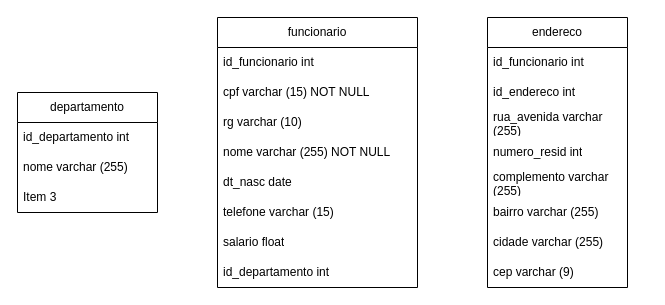
This is normalizacao.drawio from adrianopspadilha/BDR-W, a draw.io file, before an edit. Source tidied: cells renumbered, new cells numbered last; positions are measured from the earlier drawing's top-left corner, leaving out a move shared by most shapes. Both pictures are drawn from the tidied source at 100%, with x=0, y=0 at pixel (17, 17).
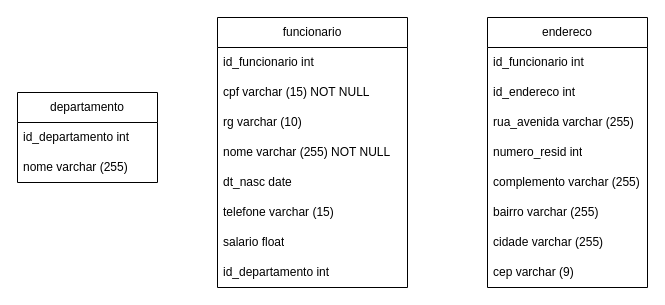
Above is the later version.

Change to the diagram source:
```diff
@@
     <mxCell id="2" value="departamento" style="swimlane;fontStyle=0;horizontal=1;startSize=30;whiteSpace=wrap;html=1;" parent="1" vertex="1">
-      <mxGeometry y="75" width="140" height="120" as="geometry" />
+      <mxGeometry y="75" width="140" height="90" as="geometry" />
     </mxCell>
@@
-    <mxCell id="5" value="Item 3" style="text;strokeColor=none;fillColor=none;align=left;verticalAlign=middle;spacingLeft=4;spacingRight=4;overflow=hidden;whiteSpace=wrap;html=1;" parent="2" vertex="1">
-      <mxGeometry y="90" width="140" height="30" as="geometry" />
-    </mxCell>
     <mxCell id="6" value="funcionario" style="swimlane;fontStyle=0;horizontal=1;startSize=30;whiteSpace=wrap;html=1;" parent="1" vertex="1">
-      <mxGeometry x="200" width="200" height="270" as="geometry" />
+      <mxGeometry x="200" width="190" height="270" as="geometry" />
     </mxCell>
     <mxCell id="7" value="id_funcionario int&amp;nbsp;" style="text;strokeColor=none;fillColor=none;align=left;verticalAlign=middle;spacingLeft=4;spacingRight=4;overflow=hidden;whiteSpace=wrap;html=1;" parent="6" vertex="1">
-      <mxGeometry y="30" width="200" height="30" as="geometry" />
+      <mxGeometry y="30" width="190" height="30" as="geometry" />
     </mxCell>
     <mxCell id="8" value="cpf varchar (15) NOT NULL" style="text;strokeColor=none;fillColor=none;align=left;verticalAlign=middle;spacingLeft=4;spacingRight=4;overflow=hidden;whiteSpace=wrap;html=1;" parent="6" vertex="1">
-      <mxGeometry y="60" width="200" height="30" as="geometry" />
+      <mxGeometry y="60" width="190" height="30" as="geometry" />
     </mxCell>
     <mxCell id="9" value="rg varchar (10)" style="text;strokeColor=none;fillColor=none;align=left;verticalAlign=middle;spacingLeft=4;spacingRight=4;overflow=hidden;whiteSpace=wrap;html=1;" parent="6" vertex="1">
-      <mxGeometry y="90" width="200" height="30" as="geometry" />
+      <mxGeometry y="90" width="190" height="30" as="geometry" />
     </mxCell>
     <mxCell id="10" value="nome varchar (255) NOT NULL" style="text;strokeColor=none;fillColor=none;align=left;verticalAlign=middle;spacingLeft=4;spacingRight=4;overflow=hidden;whiteSpace=wrap;html=1;" parent="6" vertex="1">
-      <mxGeometry y="120" width="200" height="30" as="geometry" />
+      <mxGeometry y="120" width="190" height="30" as="geometry" />
     </mxCell>
     <mxCell id="11" value="dt_nasc date" style="text;strokeColor=none;fillColor=none;align=left;verticalAlign=middle;spacingLeft=4;spacingRight=4;overflow=hidden;whiteSpace=wrap;html=1;" parent="6" vertex="1">
-      <mxGeometry y="150" width="200" height="30" as="geometry" />
+      <mxGeometry y="150" width="190" height="30" as="geometry" />
     </mxCell>
     <mxCell id="12" value="telefone varchar (15)" style="text;strokeColor=none;fillColor=none;align=left;verticalAlign=middle;spacingLeft=4;spacingRight=4;overflow=hidden;whiteSpace=wrap;html=1;" parent="6" vertex="1">
-      <mxGeometry y="180" width="200" height="30" as="geometry" />
+      <mxGeometry y="180" width="190" height="30" as="geometry" />
     </mxCell>
     <mxCell id="13" value="salario float" style="text;strokeColor=none;fillColor=none;align=left;verticalAlign=middle;spacingLeft=4;spacingRight=4;overflow=hidden;whiteSpace=wrap;html=1;" parent="6" vertex="1">
-      <mxGeometry y="210" width="200" height="30" as="geometry" />
+      <mxGeometry y="210" width="190" height="30" as="geometry" />
     </mxCell>
     <mxCell id="14" value="id_departamento int&amp;nbsp;" style="text;strokeColor=none;fillColor=none;align=left;verticalAlign=middle;spacingLeft=4;spacingRight=4;overflow=hidden;whiteSpace=wrap;html=1;" parent="6" vertex="1">
-      <mxGeometry y="240" width="200" height="30" as="geometry" />
+      <mxGeometry y="240" width="190" height="30" as="geometry" />
     </mxCell>
     <mxCell id="15" value="endereco" style="swimlane;fontStyle=0;horizontal=1;startSize=30;whiteSpace=wrap;html=1;" parent="1" vertex="1">
-      <mxGeometry x="470" width="140" height="270" as="geometry" />
+      <mxGeometry x="470" width="160" height="270" as="geometry" />
     </mxCell>
     <mxCell id="16" value="id_funcionario int" style="text;strokeColor=none;fillColor=none;align=left;verticalAlign=middle;spacingLeft=4;spacingRight=4;overflow=hidden;whiteSpace=wrap;html=1;" parent="15" vertex="1">
-      <mxGeometry y="30" width="140" height="30" as="geometry" />
+      <mxGeometry y="30" width="160" height="30" as="geometry" />
     </mxCell>
     <mxCell id="17" value="id_endereco int" style="text;strokeColor=none;fillColor=none;align=left;verticalAlign=middle;spacingLeft=4;spacingRight=4;overflow=hidden;whiteSpace=wrap;html=1;" parent="15" vertex="1">
-      <mxGeometry y="60" width="140" height="30" as="geometry" />
+      <mxGeometry y="60" width="160" height="30" as="geometry" />
     </mxCell>
     <mxCell id="18" value="rua_avenida varchar (255)" style="text;strokeColor=none;fillColor=none;align=left;verticalAlign=middle;spacingLeft=4;spacingRight=4;overflow=hidden;whiteSpace=wrap;html=1;" parent="15" vertex="1">
-      <mxGeometry y="90" width="140" height="30" as="geometry" />
+      <mxGeometry y="90" width="160" height="30" as="geometry" />
     </mxCell>
     <mxCell id="19" value="numero_resid int" style="text;strokeColor=none;fillColor=none;align=left;verticalAlign=middle;spacingLeft=4;spacingRight=4;overflow=hidden;whiteSpace=wrap;html=1;" parent="15" vertex="1">
-      <mxGeometry y="120" width="140" height="30" as="geometry" />
+      <mxGeometry y="120" width="160" height="30" as="geometry" />
     </mxCell>
     <mxCell id="20" value="complemento varchar (255)" style="text;strokeColor=none;fillColor=none;align=left;verticalAlign=middle;spacingLeft=4;spacingRight=4;overflow=hidden;whiteSpace=wrap;html=1;" parent="15" vertex="1">
-      <mxGeometry y="150" width="140" height="30" as="geometry" />
+      <mxGeometry y="150" width="160" height="30" as="geometry" />
     </mxCell>
     <mxCell id="21" value="bairro varchar (255)" style="text;strokeColor=none;fillColor=none;align=left;verticalAlign=middle;spacingLeft=4;spacingRight=4;overflow=hidden;whiteSpace=wrap;html=1;" parent="15" vertex="1">
-      <mxGeometry y="180" width="140" height="30" as="geometry" />
+      <mxGeometry y="180" width="160" height="30" as="geometry" />
     </mxCell>
     <mxCell id="22" value="cidade varchar (255)" style="text;strokeColor=none;fillColor=none;align=left;verticalAlign=middle;spacingLeft=4;spacingRight=4;overflow=hidden;whiteSpace=wrap;html=1;" parent="15" vertex="1">
-      <mxGeometry y="210" width="140" height="30" as="geometry" />
+      <mxGeometry y="210" width="160" height="30" as="geometry" />
     </mxCell>
     <mxCell id="23" value="cep varchar (9)" style="text;strokeColor=none;fillColor=none;align=left;verticalAlign=middle;spacingLeft=4;spacingRight=4;overflow=hidden;whiteSpace=wrap;html=1;" parent="15" vertex="1">
-      <mxGeometry y="240" width="140" height="30" as="geometry" />
+      <mxGeometry y="240" width="160" height="30" as="geometry" />
     </mxCell>
```
